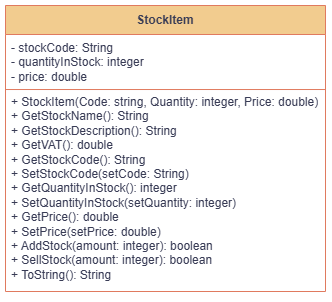
Above: out/production/Car-Parts-and-Accessories/Documentation/images/StockItemClass.png in WillTuffrey/OOSD1 (draw.io), before the change. Source tidied: cells renumbered, new cells last; positions are measured from the earlier drawing's top-left corner, leaving out a move shared by most shapes.
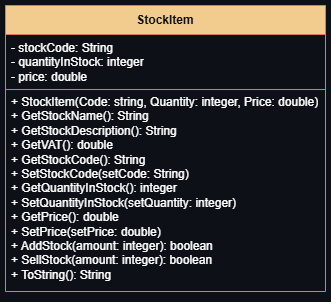
The same file after the commit.

The edit, as a diff of the source:
```diff
@@ -1,17 +1,17 @@
-<mxGraphModel>
+<mxGraphModel background="light-dark(#0D1117,#141414)">
   <root>
     <mxCell id="0" />
     <mxCell id="1" parent="0" />
     <mxCell id="2" style="group;" parent="1" vertex="1">
       <mxGeometry width="320" height="291" as="geometry" />
     </mxCell>
-    <mxCell id="3" value="StockItem" style="swimlane;fontStyle=1;align=center;verticalAlign=middle;horizontal=1;startSize=29;html=1;whiteSpace=wrap;strokeColor=#E07A5F;fontColor=#393C56;fillColor=#F2CC8F;" parent="2" vertex="1">
+    <mxCell id="3" value="&lt;font style=&quot;color: light-dark(rgb(13, 16, 17), rgb(237, 237, 237));&quot;&gt;StockItem&lt;/font&gt;" style="swimlane;fontStyle=1;align=center;verticalAlign=middle;horizontal=1;startSize=29;html=1;whiteSpace=wrap;strokeColor=#E07A5F;fontColor=#393C56;fillColor=#F2CC8F;" parent="2" vertex="1">
       <mxGeometry width="320" height="286" as="geometry" />
     </mxCell>
-    <mxCell id="4" value="- stockCode: String&lt;div&gt;- quantityInStock: integer&lt;/div&gt;&lt;div&gt;- price: double&lt;/div&gt;" style="text;strokeColor=none;fillColor=none;align=left;verticalAlign=top;spacingLeft=4;spacingRight=4;overflow=hidden;whiteSpace=wrap;html=1;fontColor=#393C56;" parent="3" vertex="1">
+    <mxCell id="4" value="&lt;font style=&quot;color: light-dark(rgb(255, 255, 255), rgb(237, 237, 237));&quot;&gt;- stockCode: String&lt;/font&gt;&lt;div&gt;&lt;font style=&quot;color: light-dark(rgb(255, 255, 255), rgb(237, 237, 237));&quot;&gt;- quantityInStock: integer&lt;/font&gt;&lt;/div&gt;&lt;div&gt;&lt;font style=&quot;color: light-dark(rgb(255, 255, 255), rgb(237, 237, 237));&quot;&gt;- price: double&lt;/font&gt;&lt;/div&gt;" style="text;strokeColor=none;fillColor=none;align=left;verticalAlign=top;spacingLeft=4;spacingRight=4;overflow=hidden;whiteSpace=wrap;html=1;fontColor=#393C56;" parent="3" vertex="1">
       <mxGeometry y="29" width="320" height="257" as="geometry" />
     </mxCell>
-    <mxCell id="5" value="+ StockItem(Code: string, Quantity: integer, Price: double)&lt;div&gt;+ GetStockName(): String&lt;/div&gt;&lt;div&gt;+ GetStockDescription(): String&lt;/div&gt;&lt;div&gt;+ GetVAT(): double&lt;/div&gt;&lt;div&gt;+ GetStockCode(): String&lt;/div&gt;&lt;div&gt;+ SetStockCode(setCode: String)&lt;/div&gt;&lt;div&gt;+ GetQuantityInStock(): integer&lt;/div&gt;&lt;div&gt;+ SetQuantityInStock(setQuantity: integer)&lt;/div&gt;&lt;div&gt;+ GetPrice(): double&lt;/div&gt;&lt;div&gt;+ SetPrice(setPrice: double)&lt;/div&gt;&lt;div&gt;+ AddStock(amount: integer): boolean&lt;/div&gt;&lt;div&gt;+ SellStock(amount: integer): boolean&lt;/div&gt;&lt;div&gt;+ ToString(): String&lt;/div&gt;" style="text;strokeColor=none;fillColor=none;align=left;verticalAlign=top;spacingLeft=4;spacingRight=4;overflow=hidden;whiteSpace=wrap;html=1;fontColor=#393C56;" parent="2" vertex="1">
+    <mxCell id="5" value="&lt;font style=&quot;color: light-dark(rgb(255, 255, 255), rgb(237, 237, 237));&quot;&gt;+ StockItem(Code: string, Quantity: integer, Price: double)&lt;/font&gt;&lt;div&gt;&lt;font style=&quot;color: light-dark(rgb(255, 255, 255), rgb(237, 237, 237));&quot;&gt;+ GetStockName(): String&lt;/font&gt;&lt;/div&gt;&lt;div&gt;&lt;font style=&quot;color: light-dark(rgb(255, 255, 255), rgb(237, 237, 237));&quot;&gt;+ GetStockDescription(): String&lt;/font&gt;&lt;/div&gt;&lt;div&gt;&lt;font style=&quot;color: light-dark(rgb(255, 255, 255), rgb(237, 237, 237));&quot;&gt;+ GetVAT(): double&lt;/font&gt;&lt;/div&gt;&lt;div&gt;&lt;font style=&quot;color: light-dark(rgb(255, 255, 255), rgb(237, 237, 237));&quot;&gt;+ GetStockCode(): String&lt;/font&gt;&lt;/div&gt;&lt;div&gt;&lt;font style=&quot;color: light-dark(rgb(255, 255, 255), rgb(237, 237, 237));&quot;&gt;+ SetStockCode(setCode: String)&lt;/font&gt;&lt;/div&gt;&lt;div&gt;&lt;font style=&quot;color: light-dark(rgb(255, 255, 255), rgb(237, 237, 237));&quot;&gt;+ GetQuantityInStock(): integer&lt;/font&gt;&lt;/div&gt;&lt;div&gt;&lt;font style=&quot;color: light-dark(rgb(255, 255, 255), rgb(237, 237, 237));&quot;&gt;+ SetQuantityInStock(setQuantity: integer)&lt;/font&gt;&lt;/div&gt;&lt;div&gt;&lt;font style=&quot;color: light-dark(rgb(255, 255, 255), rgb(237, 237, 237));&quot;&gt;+ GetPrice(): double&lt;/font&gt;&lt;/div&gt;&lt;div&gt;&lt;font style=&quot;color: light-dark(rgb(255, 255, 255), rgb(237, 237, 237));&quot;&gt;+ SetPrice(setPrice: double)&lt;/font&gt;&lt;/div&gt;&lt;div&gt;&lt;font style=&quot;color: light-dark(rgb(255, 255, 255), rgb(237, 237, 237));&quot;&gt;+ AddStock(amount: integer): boolean&lt;/font&gt;&lt;/div&gt;&lt;div&gt;&lt;font style=&quot;color: light-dark(rgb(255, 255, 255), rgb(237, 237, 237));&quot;&gt;+ SellStock(amount: integer): boolean&lt;/font&gt;&lt;/div&gt;&lt;div&gt;&lt;font style=&quot;color: light-dark(rgb(255, 255, 255), rgb(237, 237, 237));&quot;&gt;+ ToString(): String&lt;/font&gt;&lt;/div&gt;" style="text;strokeColor=none;fillColor=none;align=left;verticalAlign=top;spacingLeft=4;spacingRight=4;overflow=hidden;whiteSpace=wrap;html=1;fontColor=#393C56;" parent="2" vertex="1">
       <mxGeometry y="83" width="320" height="201" as="geometry" />
     </mxCell>
     <mxCell id="6" style="line;strokeWidth=1;fillColor=none;align=left;verticalAlign=middle;spacingTop=-1;spacingLeft=3;spacingRight=3;labelPosition=right;strokeColor=#E07A5F;" parent="2" vertex="1">
```
